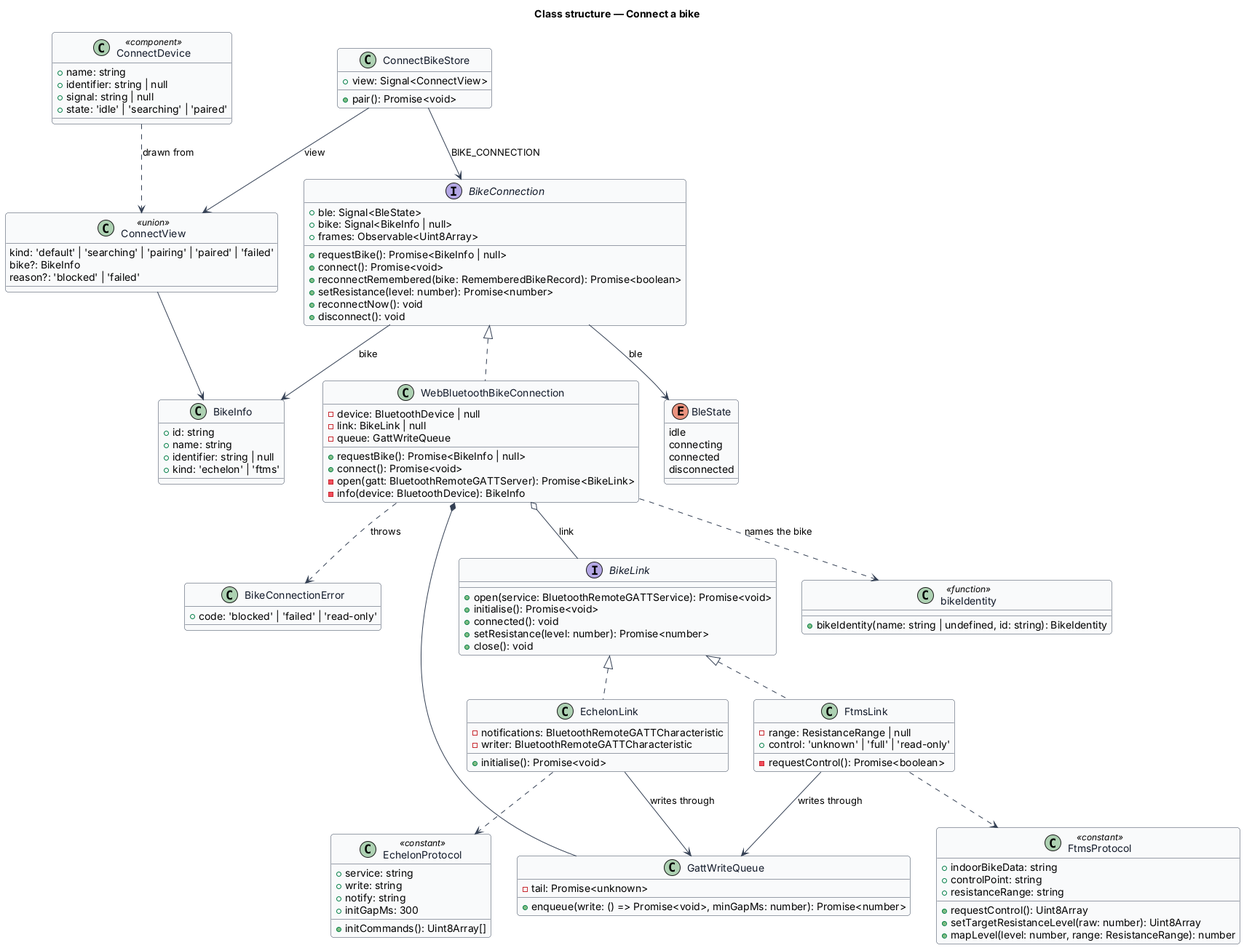
Before: docs/detailed-designs/bike/connect-a-bike/diagrams/class-structure.png, a diagram exported from PlantUML (QuinntyneBrown/ride-one).
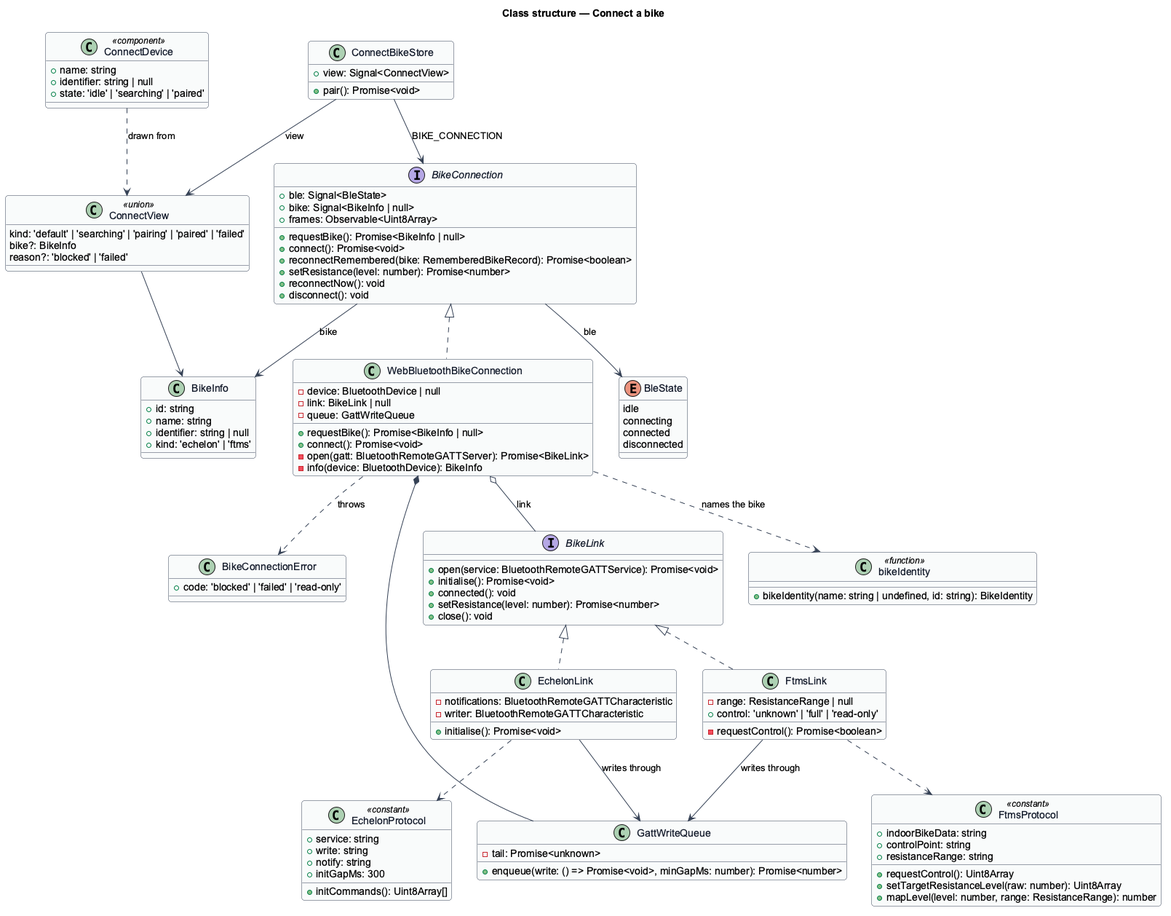
The same file after the commit.

Change to the diagram source:
```diff
@@ -111,7 +111,6 @@
 class ConnectDevice <<component>> {
   +name: string
   +identifier: string | null
-  +signal: string | null
   +state: 'idle' | 'searching' | 'paired'
 }
 
```
